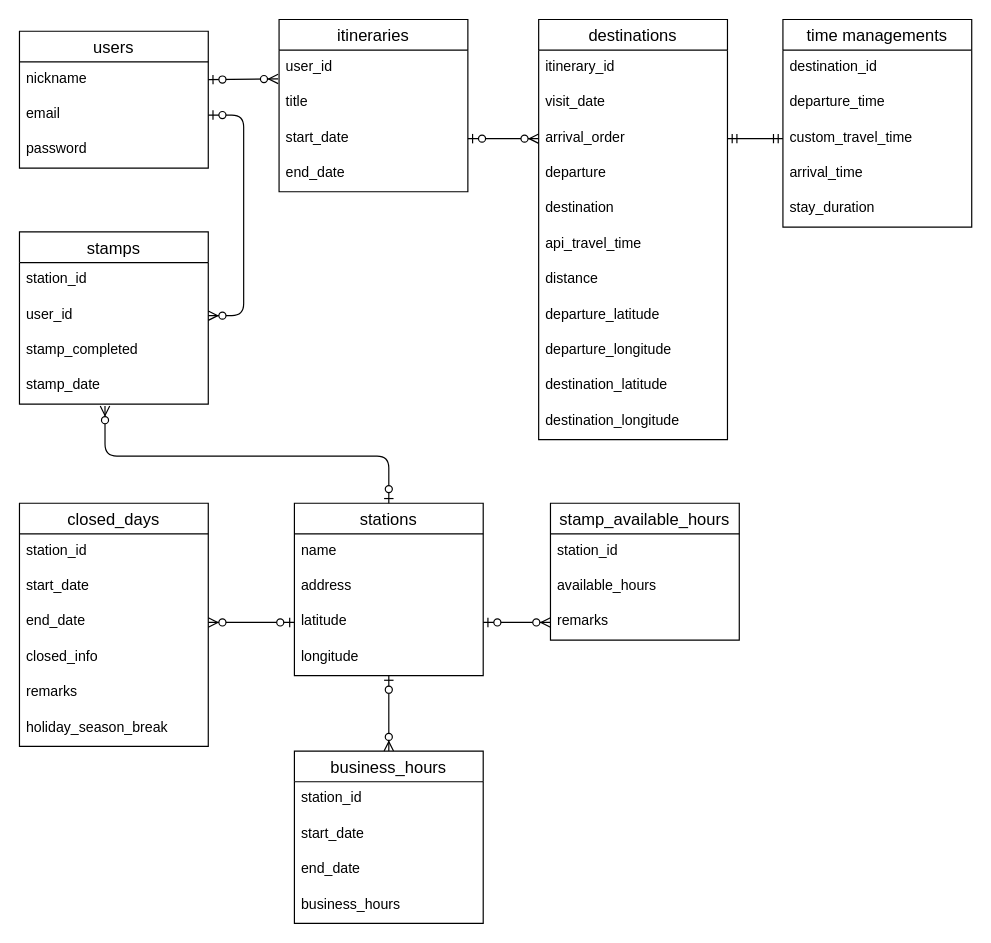
The draw.io diagram er.dio in prokoninaritai/ho_car_do_plan, before the edit. Source tidied: cells renumbered, new cells numbered last; positions are measured from the earlier drawing's top-left corner, leaving out a move shared by most shapes. Both pictures are drawn from the tidied source at 118%, with x=0, y=0 at pixel (19, 19).
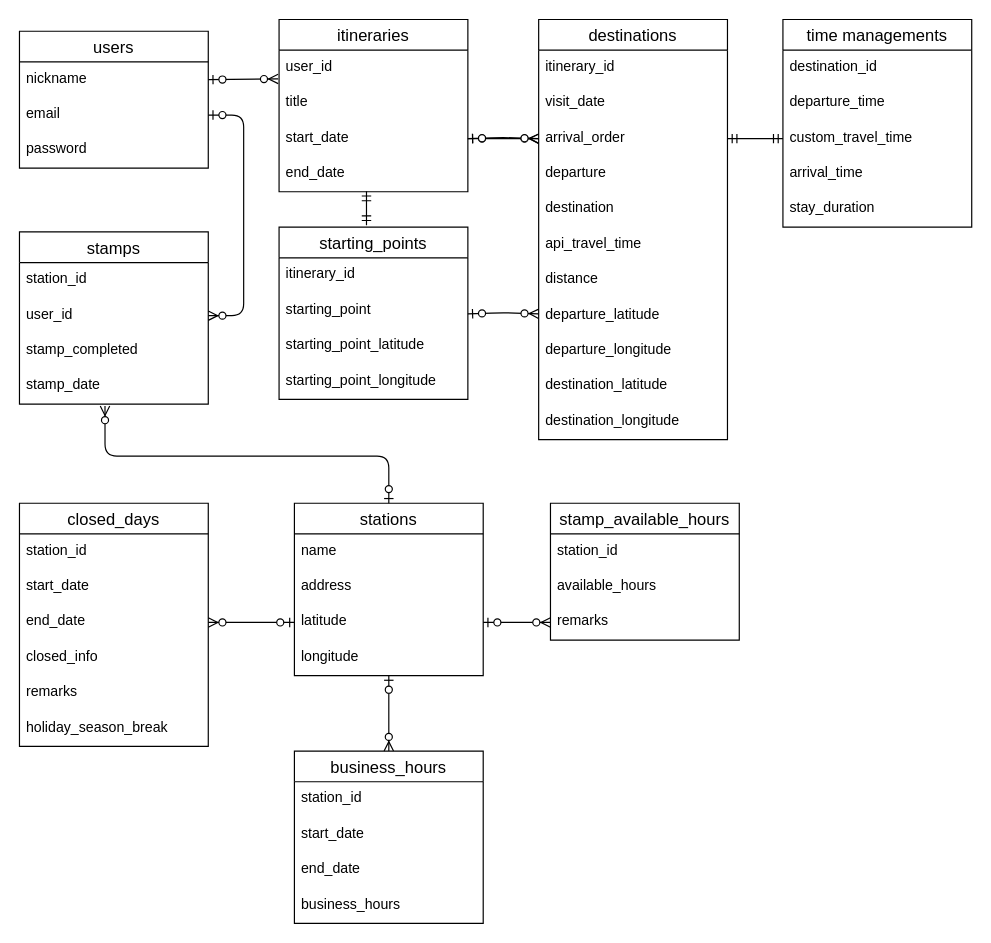
The same diagram, later.

Unchanged cells that the change refers to:
```xml
<mxCell id="25" value="arrival_order" style="text;strokeColor=none;fillColor=none;spacingLeft=4;spacingRight=4;overflow=hidden;points=[[0,0.5],[1,0.5]];portConstraint=eastwest;fontSize=12;" parent="22" vertex="1">
  <mxGeometry y="86" width="160" height="30" as="geometry" />
</mxCell>
<mxCell id="51" value="start_date" style="text;strokeColor=none;fillColor=none;spacingLeft=4;spacingRight=4;overflow=hidden;points=[[0,0.5],[1,0.5]];portConstraint=eastwest;fontSize=12;" parent="48" vertex="1">
  <mxGeometry y="86" width="160" height="30" as="geometry" />
</mxCell>
<mxCell id="52" value="end_date" style="text;strokeColor=none;fillColor=none;spacingLeft=4;spacingRight=4;overflow=hidden;points=[[0,0.5],[1,0.5]];portConstraint=eastwest;fontSize=12;" parent="48" vertex="1">
  <mxGeometry y="116" width="160" height="30" as="geometry" />
</mxCell>
```

The edit, as a diff of the source:
```diff
@@
+    <mxCell id="63" value="starting_points" style="swimlane;fontStyle=0;horizontal=1;startSize=26;align=center;fontSize=14;" parent="1" vertex="1">
+      <mxGeometry x="220" y="176" width="160" height="146" as="geometry" />
+    </mxCell>
+    <mxCell id="64" value="itinerary_id" style="text;strokeColor=none;fillColor=none;spacingLeft=4;spacingRight=4;overflow=hidden;fontSize=12;" parent="63" vertex="1">
+      <mxGeometry y="26" width="160" height="30" as="geometry" />
+    </mxCell>
+    <mxCell id="65" value="starting_point" style="text;strokeColor=none;fillColor=none;spacingLeft=4;spacingRight=4;overflow=hidden;fontSize=12;" parent="63" vertex="1">
+      <mxGeometry y="56" width="160" height="30" as="geometry" />
+    </mxCell>
+    <mxCell id="66" value="starting_point_latitude" style="text;strokeColor=none;fillColor=none;spacingLeft=4;spacingRight=4;overflow=hidden;fontSize=12;" parent="63" vertex="1">
+      <mxGeometry y="86" width="160" height="30" as="geometry" />
+    </mxCell>
+    <mxCell id="67" value="starting_point_longitude" style="text;strokeColor=none;fillColor=none;spacingLeft=4;spacingRight=4;overflow=hidden;fontSize=12;" parent="63" vertex="1">
+      <mxGeometry y="116" width="160" height="30" as="geometry" />
+    </mxCell>
+    <mxCell id="68" style="fontSize=12;html=1;endArrow=ERmandOne;startArrow=ERmandOne;exitX=0.463;exitY=-0.011;exitDx=0;exitDy=0;exitPerimeter=0;entryX=0.463;entryY=0.987;entryDx=0;entryDy=0;entryPerimeter=0;" parent="1" edge="1" source="63" target="52">
+      <mxGeometry relative="1" as="geometry" />
+    </mxCell>
+    <mxCell id="69" style="fontSize=12;html=1;endArrow=ERzeroToMany;startArrow=ERzeroToOne;entryX=0;entryY=0.5;entryDx=0;entryDy=0;exitX=1;exitY=0.5;exitDx=0;exitDy=0;" parent="1" edge="1" source="51" target="25">
+      <mxGeometry relative="1" as="geometry">
+        <Array as="points">
+          <mxPoint x="410" y="100" />
+        </Array>
+      </mxGeometry>
+    </mxCell>
+    <mxCell id="70" style="fontSize=12;html=1;endArrow=ERzeroToMany;startArrow=ERzeroToOne;entryX=0;entryY=0.5;entryDx=0;entryDy=0;exitX=1;exitY=0.5;exitDx=0;exitDy=0;" parent="1" edge="1">
+      <mxGeometry relative="1" as="geometry">
+        <mxPoint x="380" y="249.5" as="sourcePoint" />
+        <mxPoint x="440" y="249.5" as="targetPoint" />
+        <Array as="points">
+          <mxPoint x="410" y="248.5" />
+        </Array>
+      </mxGeometry>
+    </mxCell>
```
